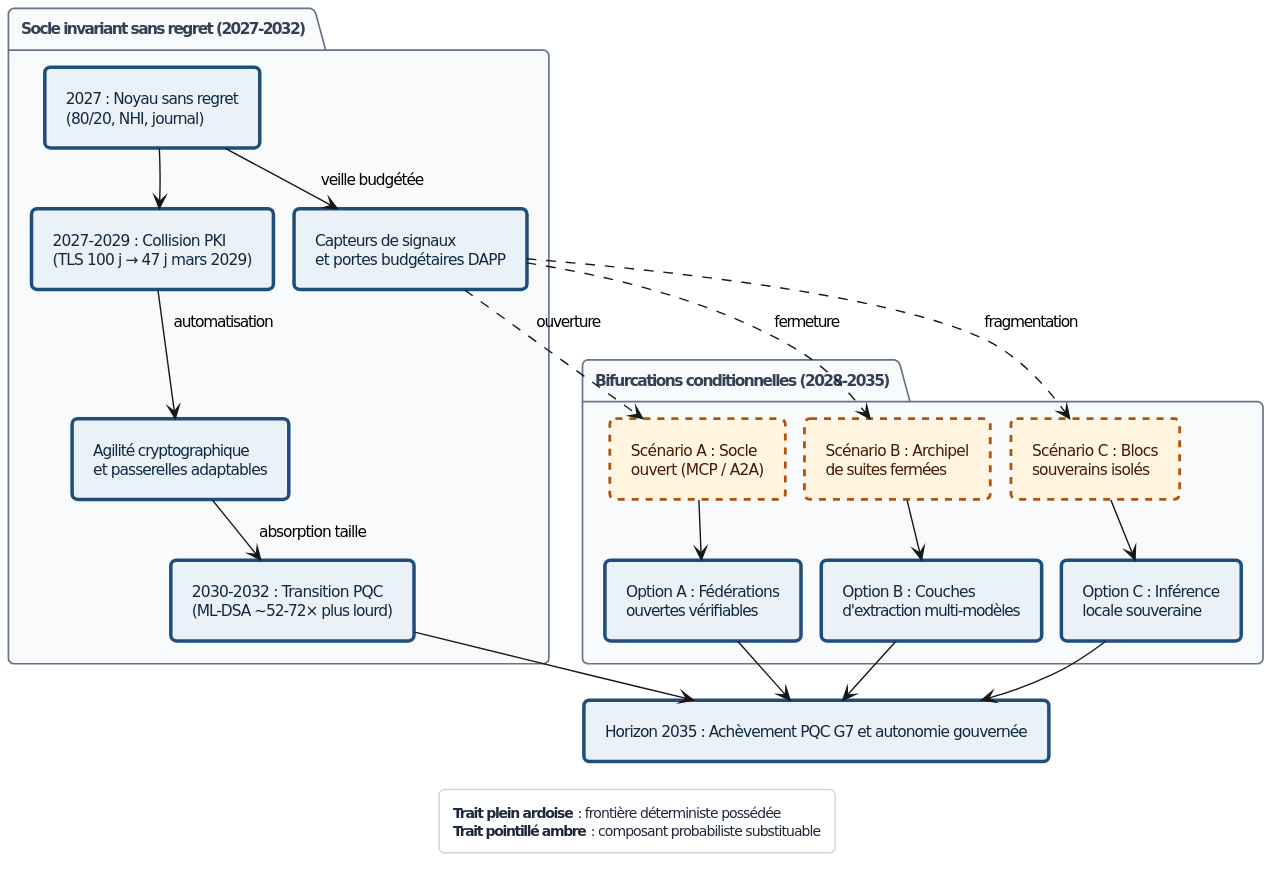
Before: 7 - Livre 2027/diagrammes/rendus/Fig-21.svg, a diagram exported from PlantUML (agbruneau/Agentique).
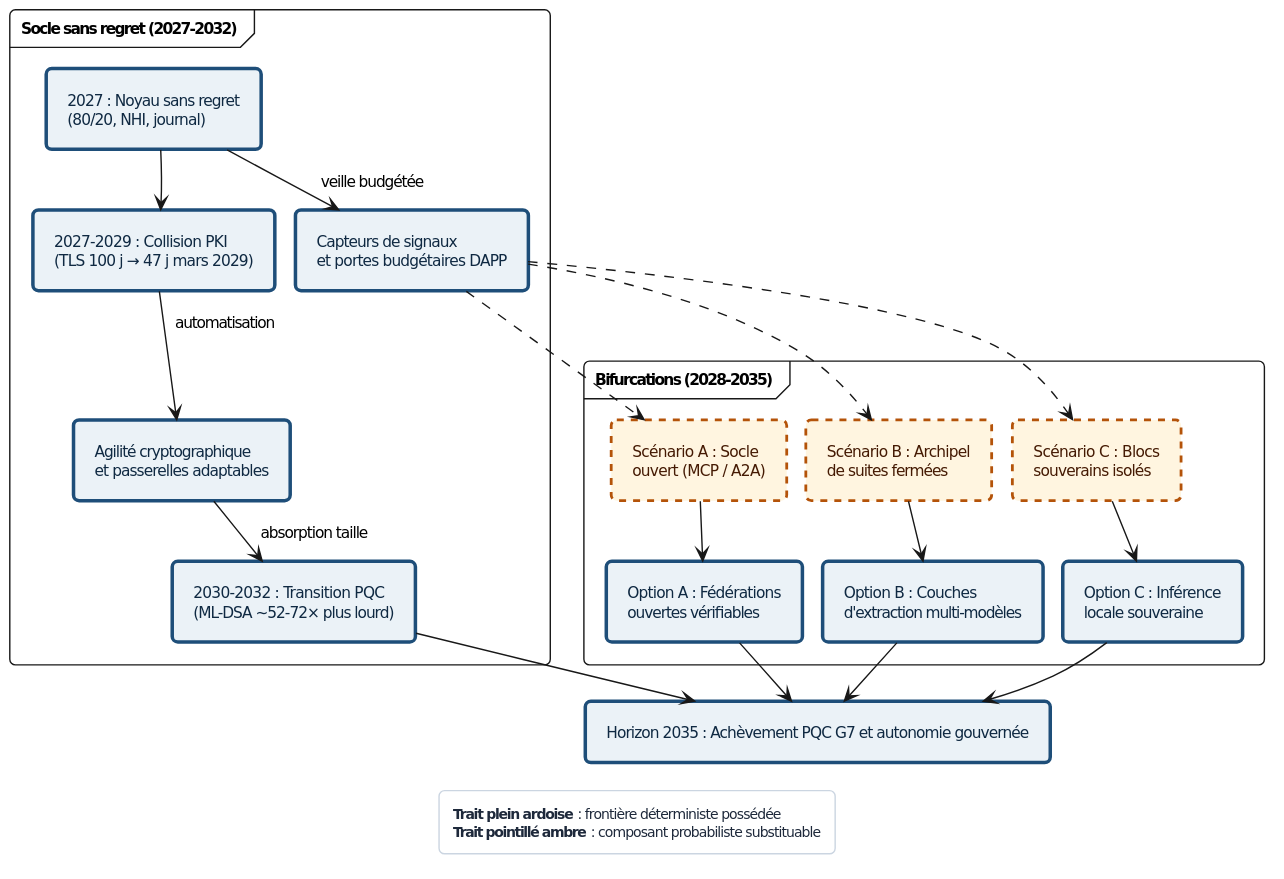
Above is the later version.

The edit, as a diff of the source:
```diff
@@ -41,11 +41,12 @@
 skinparam defaultFontSize 11
 skinparam shadowing false
 skinparam roundcorner 8
+skinparam packageStyle frame
 skinparam nodesep 14
 skinparam ranksep 18
 skinparam padding 5
 
-package "Socle invariant sans regret (2027-2032)" {
+package "Socle sans regret (2027-2032)" {
   rectangle "2027 : Noyau sans regret\n(80/20, NHI, journal)" as S27 <<det>>
   rectangle "2027-2029 : Collision PKI\n(TLS 100 j → 47 j mars 2029)" as PKI <<det>>
   rectangle "Agilité cryptographique\net passerelles adaptables" as AGIL <<det>>
@@ -53,7 +54,7 @@
   rectangle "Capteurs de signaux\net portes budgétaires DAPP" as SIG <<det>>
 }
 
-package "Bifurcations conditionnelles (2028-2035)" {
+package "Bifurcations (2028-2035)" {
   rectangle "Scénario A : Socle\nouvert (MCP / A2A)" as SA <<prob>>
   rectangle "Scénario B : Archipel\nde suites fermées" as SB <<prob>>
   rectangle "Scénario C : Blocs\nsouverains isolés" as SC <<prob>>
@@ -68,9 +69,9 @@
 PKI --> AGIL : automatisation
 AGIL --> PQC : absorption taille
 S27 --> SIG : veille budgétée
-SIG ..> SA : ouverture
-SIG ..> SB : fermeture
-SIG ..> SC : fragmentation
+SIG ..> SA
+SIG ..> SB
+SIG ..> SC
 SA --> OA
 SB --> OB
 SC --> OC
```
